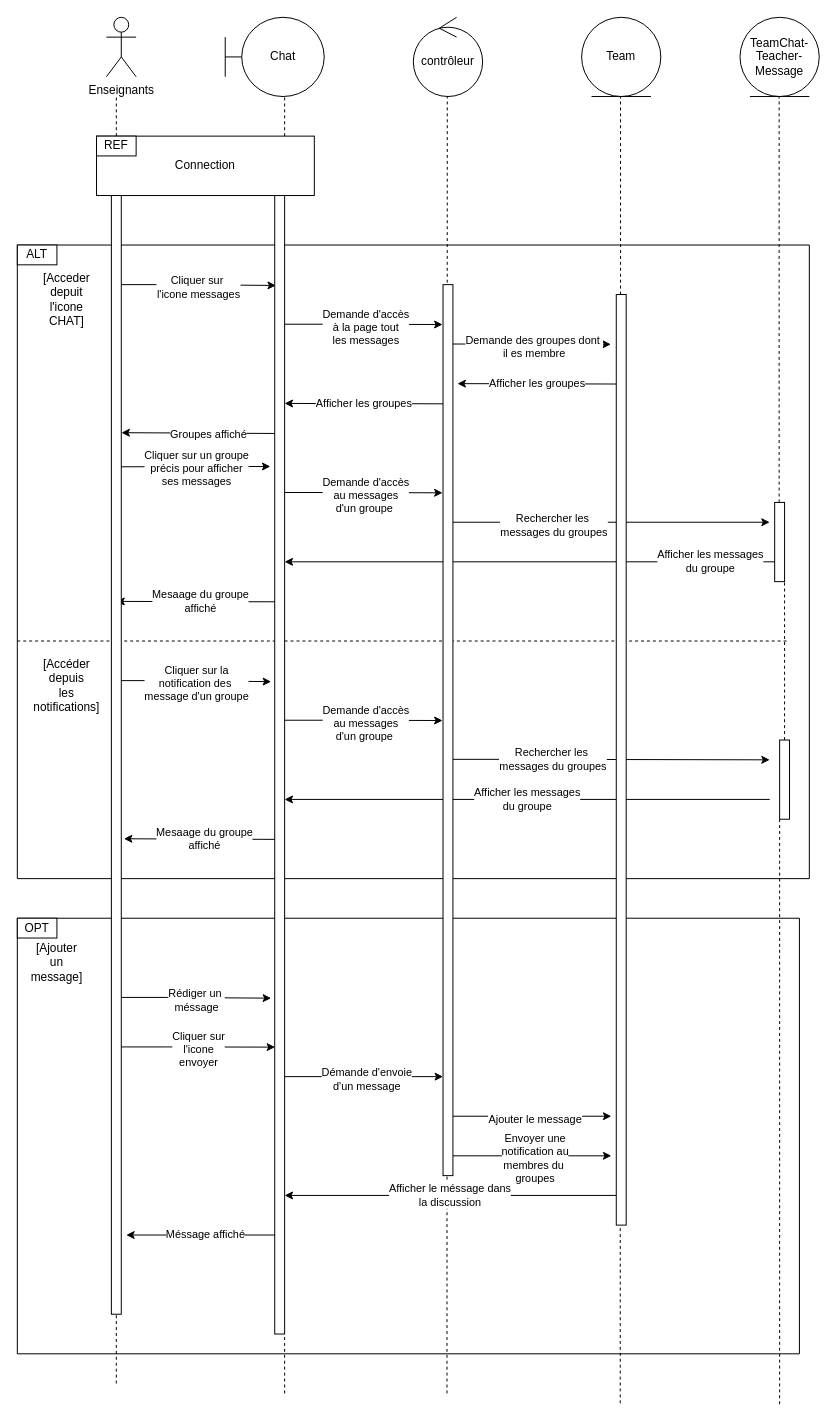
The draw.io diagram diagrams/EchangerAvecSesEquipes.drawio in stormsidali2001/PFE_third_year_school_project_front, before the edit. Source tidied: cells renumbered, new cells numbered last; positions are measured from the earlier drawing's top-left corner, leaving out a move shared by most shapes. Both pictures are drawn from the tidied source at 99%, with x=0, y=0 at pixel (17, 17).
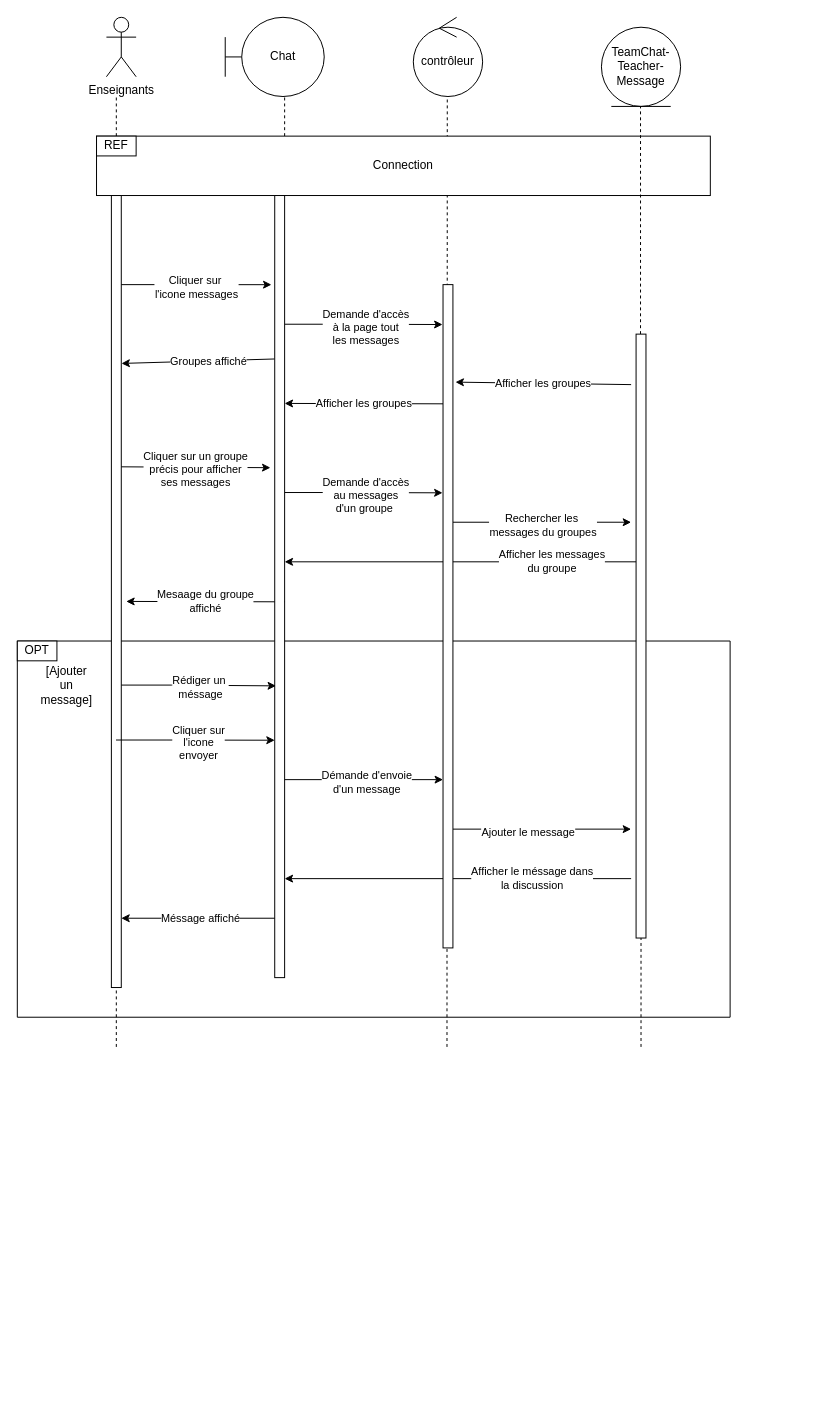
After the change.

Change to the diagram source:
```diff
@@
     <mxCell id="4" value="TeamChat-&lt;br&gt;Teacher-&lt;br&gt;Message" style="ellipse;shape=umlEntity;whiteSpace=wrap;html=1;" parent="1" vertex="1">
-      <mxGeometry x="730" width="80" height="80" as="geometry" />
+      <mxGeometry x="590" y="10" width="80" height="80" as="geometry" />
     </mxCell>
@@
     <mxCell id="8" style="endArrow=none;dashed=1;html=1;rounded=0;" parent="1" edge="1">
       <mxGeometry relative="1" as="geometry">
-        <mxPoint x="434" y="1390" as="sourcePoint" />
+        <mxPoint x="434" y="1040" as="sourcePoint" />
         <mxPoint x="434.3" y="80" as="targetPoint" />
       </mxGeometry>
     </mxCell>
-    <mxCell id="9" style="endArrow=none;dashed=1;html=1;rounded=0;startArrow=none;" parent="1" edge="1" source="65">
-      <mxGeometry relative="1" as="geometry">
-        <mxPoint x="609.3" y="80" as="targetPoint" />
-      </mxGeometry>
-    </mxCell>
     <mxCell id="10" value="Connection" style="rounded=0;whiteSpace=wrap;html=1;" parent="1" vertex="1">
-      <mxGeometry x="80" y="120" width="220" height="60" as="geometry" />
+      <mxGeometry x="80" y="120" width="620" height="60" as="geometry" />
     </mxCell>
@@
-    <mxCell id="12" style="endArrow=none;html=1;rounded=0;" parent="1" edge="1">
-      <mxGeometry relative="1" as="geometry">
-        <mxPoint y="230" as="sourcePoint" />
-        <mxPoint x="800" y="230" as="targetPoint" />
-      </mxGeometry>
-    </mxCell>
-    <mxCell id="13" style="endArrow=none;html=1;rounded=0;" parent="1" edge="1">
-      <mxGeometry relative="1" as="geometry">
-        <mxPoint y="870" as="sourcePoint" />
-        <mxPoint y="230" as="targetPoint" />
-      </mxGeometry>
-    </mxCell>
-    <mxCell id="14" style="endArrow=none;html=1;rounded=0;" parent="1" edge="1">
-      <mxGeometry relative="1" as="geometry">
-        <mxPoint x="800" y="870" as="sourcePoint" />
-        <mxPoint x="800" y="230" as="targetPoint" />
-      </mxGeometry>
-    </mxCell>
-    <mxCell id="15" value="ALT" style="rounded=0;whiteSpace=wrap;html=1;" parent="1" vertex="1">
-      <mxGeometry y="230" width="40" height="20" as="geometry" />
-    </mxCell>
-    <mxCell id="16" value="[Acceder&lt;br&gt;depuit &lt;br&gt;l'icone&lt;br&gt;CHAT]" style="text;html=1;strokeColor=none;fillColor=none;align=center;verticalAlign=middle;whiteSpace=wrap;rounded=0;" parent="1" vertex="1">
-      <mxGeometry x="20" y="270" width="60" height="30" as="geometry" />
-    </mxCell>
-    <mxCell id="17" style="endArrow=classic;html=1;rounded=0;entryX=0.12;entryY=0.079;entryDx=0;entryDy=0;entryPerimeter=0;" parent="1" edge="1" target="60">
+    <mxCell id="17" style="endArrow=classic;html=1;rounded=0;entryX=-0.33;entryY=0.114;entryDx=0;entryDy=0;entryPerimeter=0;" parent="1" edge="1" target="60">
       <mxGeometry relative="1" as="geometry">
         <mxPoint x="100" y="270" as="sourcePoint" />
         <Array as="points">
           <mxPoint x="160.5" y="270" />
         </Array>
       </mxGeometry>
     </mxCell>
@@
-    <mxCell id="23" style="endArrow=classic;html=1;rounded=0;entryX=-0.44;entryY=0.238;entryDx=0;entryDy=0;entryPerimeter=0;" parent="1" edge="1" target="60">
+    <mxCell id="23" style="endArrow=classic;html=1;rounded=0;entryX=-0.432;entryY=0.348;entryDx=0;entryDy=0;entryPerimeter=0;" parent="1" edge="1" target="60">
       <mxGeometry relative="1" as="geometry">
         <mxPoint x="100" y="454" as="sourcePoint" />
       </mxGeometry>
     </mxCell>
@@
     <mxCell id="27" style="endArrow=classic;html=1;rounded=0;" parent="1" edge="1">
       <mxGeometry relative="1" as="geometry">
         <mxPoint x="440" y="510" as="sourcePoint" />
-        <mxPoint x="760" y="510" as="targetPoint" />
+        <mxPoint x="620" y="510" as="targetPoint" />
         <Array as="points">
           <mxPoint x="510.5" y="510" />
         </Array>
       </mxGeometry>
     </mxCell>
     <mxCell id="28" value="Rechercher les&amp;nbsp;&lt;br&gt;messages du groupes" style="edgeLabel;html=1;align=center;verticalAlign=middle;" parent="27" vertex="1">
       <mxGeometry x="0.03" y="-2" relative="1" as="geometry">
-        <mxPoint x="-64" as="offset" />
+        <mxPoint x="-3" as="offset" />
       </mxGeometry>
     </mxCell>
     <mxCell id="29" value="Afficher les messages&lt;br&gt;du groupe" style="endArrow=classic;html=1;rounded=0;" parent="1" edge="1">
-      <mxGeometry x="-0.72" relative="1" as="geometry">
-        <mxPoint x="770" y="550" as="sourcePoint" />
+      <mxGeometry x="-0.5" relative="1" as="geometry">
+        <mxPoint x="630" y="550" as="sourcePoint" />
         <mxPoint x="270" y="550" as="targetPoint" />
       </mxGeometry>
     </mxCell>
     <mxCell id="30" value="Mesaage du groupe&lt;br&gt;affiché" style="endArrow=classic;html=1;rounded=0;" parent="1" edge="1">
       <mxGeometry relative="1" as="geometry">
         <mxPoint x="270.2" y="590.4" as="sourcePoint" />
-        <mxPoint x="100" y="590" as="targetPoint" />
+        <mxPoint x="110" y="590" as="targetPoint" />
       </mxGeometry>
     </mxCell>
-    <mxCell id="31" style="endArrow=none;dashed=1;html=1;rounded=0;" parent="1" edge="1">
-      <mxGeometry relative="1" as="geometry">
-        <mxPoint y="630" as="sourcePoint" />
-        <mxPoint x="780" y="630" as="targetPoint" />
-      </mxGeometry>
-    </mxCell>
-    <mxCell id="32" value="[Accéder &lt;br&gt;depuis &lt;br&gt;les&lt;br&gt;notifications]" style="text;html=1;strokeColor=none;fillColor=none;align=center;verticalAlign=middle;whiteSpace=wrap;rounded=0;" parent="1" vertex="1">
-      <mxGeometry x="20" y="660" width="60" height="30" as="geometry" />
-    </mxCell>
-    <mxCell id="33" style="endArrow=classic;html=1;rounded=0;entryX=-0.367;entryY=0.427;entryDx=0;entryDy=0;entryPerimeter=0;" parent="1" edge="1" target="60">
-      <mxGeometry relative="1" as="geometry">
-        <mxPoint x="100" y="670" as="sourcePoint" />
-        <Array as="points">
-          <mxPoint x="160.5" y="670" />
-        </Array>
-      </mxGeometry>
-    </mxCell>
-    <mxCell id="34" value="Cliquer sur la&lt;br&gt;notification des&amp;nbsp;&lt;br&gt;message d'un groupe" style="edgeLabel;html=1;align=center;verticalAlign=middle;" parent="33" vertex="1">
-      <mxGeometry x="0.03" y="-2" relative="1" as="geometry" />
-    </mxCell>
-    <mxCell id="35" style="endArrow=classic;html=1;rounded=0;entryX=-0.05;entryY=0.571;entryDx=0;entryDy=0;entryPerimeter=0;" parent="1" edge="1">
-      <mxGeometry relative="1" as="geometry">
-        <mxPoint x="270" y="710" as="sourcePoint" />
-        <mxPoint x="429.5" y="710.3" as="targetPoint" />
-        <Array as="points">
-          <mxPoint x="330.5" y="710" />
-        </Array>
-      </mxGeometry>
-    </mxCell>
-    <mxCell id="36" value="Demande d'accès&lt;br&gt;au messages&lt;br&gt;d'un groupe&amp;nbsp;" style="edgeLabel;html=1;align=center;verticalAlign=middle;" parent="35" vertex="1">
-      <mxGeometry x="0.03" y="-2" relative="1" as="geometry" />
-    </mxCell>
-    <mxCell id="37" style="endArrow=classic;html=1;rounded=0;" parent="1" edge="1">
-      <mxGeometry relative="1" as="geometry">
-        <mxPoint x="440" y="749.5" as="sourcePoint" />
-        <mxPoint x="760" y="750" as="targetPoint" />
-        <Array as="points">
-          <mxPoint x="510.5" y="749.5" />
-        </Array>
-      </mxGeometry>
-    </mxCell>
-    <mxCell id="38" value="Rechercher les&amp;nbsp;&lt;br&gt;messages du groupes" style="edgeLabel;html=1;align=center;verticalAlign=middle;" parent="37" vertex="1">
-      <mxGeometry x="0.03" y="-2" relative="1" as="geometry">
-        <mxPoint x="-64" y="-2" as="offset" />
-      </mxGeometry>
-    </mxCell>
-    <mxCell id="39" value="Afficher les messages&lt;br&gt;du groupe" style="endArrow=classic;html=1;rounded=0;" parent="1" edge="1">
-      <mxGeometry relative="1" as="geometry">
-        <mxPoint x="760" y="790" as="sourcePoint" />
-        <mxPoint x="270" y="790" as="targetPoint" />
-      </mxGeometry>
-    </mxCell>
-    <mxCell id="40" value="Mesaage du groupe&lt;br&gt;affiché" style="endArrow=classic;html=1;rounded=0;entryX=1.267;entryY=0.575;entryDx=0;entryDy=0;entryPerimeter=0;" parent="1" edge="1" target="62">
-      <mxGeometry relative="1" as="geometry">
-        <mxPoint x="270.2" y="830.4" as="sourcePoint" />
-      </mxGeometry>
-    </mxCell>
-    <mxCell id="41" style="endArrow=none;html=1;rounded=0;" parent="1" edge="1">
-      <mxGeometry relative="1" as="geometry">
-        <mxPoint y="870" as="sourcePoint" />
-        <mxPoint x="800" y="870" as="targetPoint" />
-      </mxGeometry>
-    </mxCell>
     <mxCell id="42" style="endArrow=none;html=1;rounded=0;" parent="1" edge="1">
       <mxGeometry relative="1" as="geometry">
-        <mxPoint y="910" as="sourcePoint" />
-        <mxPoint x="790" y="910" as="targetPoint" />
+        <mxPoint y="630" as="sourcePoint" />
+        <mxPoint x="720" y="630" as="targetPoint" />
       </mxGeometry>
     </mxCell>
     <mxCell id="43" style="endArrow=none;html=1;rounded=0;" parent="1" edge="1">
       <mxGeometry relative="1" as="geometry">
-        <mxPoint y="1350" as="sourcePoint" />
-        <mxPoint y="910" as="targetPoint" />
+        <mxPoint y="1010" as="sourcePoint" />
+        <mxPoint y="630" as="targetPoint" />
       </mxGeometry>
     </mxCell>
     <mxCell id="44" style="endArrow=none;html=1;rounded=0;" parent="1" edge="1">
       <mxGeometry relative="1" as="geometry">
-        <mxPoint x="790" y="1350" as="sourcePoint" />
-        <mxPoint x="790" y="910" as="targetPoint" />
+        <mxPoint x="720" y="1010" as="sourcePoint" />
+        <mxPoint x="720" y="630" as="targetPoint" />
       </mxGeometry>
     </mxCell>
     <mxCell id="45" value="OPT" style="rounded=0;whiteSpace=wrap;html=1;" parent="1" vertex="1">
-      <mxGeometry y="910" width="40" height="20" as="geometry" />
+      <mxGeometry y="630" width="40" height="20" as="geometry" />
     </mxCell>
     <mxCell id="46" value="[Ajouter &lt;br&gt;un&lt;br&gt;message]" style="text;html=1;strokeColor=none;fillColor=none;align=center;verticalAlign=middle;whiteSpace=wrap;rounded=0;" parent="1" vertex="1">
-      <mxGeometry x="10" y="940" width="60" height="30" as="geometry" />
+      <mxGeometry x="20" y="660" width="60" height="30" as="geometry" />
     </mxCell>
-    <mxCell id="47" style="endArrow=classic;html=1;rounded=0;entryX=-0.367;entryY=0.705;entryDx=0;entryDy=0;entryPerimeter=0;" parent="1" edge="1" target="60">
-      <mxGeometry relative="1" as="geometry">
-        <mxPoint x="100" y="990" as="sourcePoint" />
-        <Array as="points">
-          <mxPoint x="150.5" y="990" />
-        </Array>
-      </mxGeometry>
-    </mxCell>
-    <mxCell id="48" value="Rédiger un&amp;nbsp;&lt;br&gt;méssage" style="edgeLabel;html=1;align=center;verticalAlign=middle;" parent="47" vertex="1">
-      <mxGeometry x="0.03" y="-2" relative="1" as="geometry" />
-    </mxCell>
-    <mxCell id="49" style="endArrow=classic;html=1;rounded=0;entryX=0.033;entryY=0.748;entryDx=0;entryDy=0;entryPerimeter=0;" parent="1" edge="1" target="60">
-      <mxGeometry relative="1" as="geometry">
-        <mxPoint x="100" y="1040" as="sourcePoint" />
-        <Array as="points">
-          <mxPoint x="150.5" y="1040" />
-        </Array>
-      </mxGeometry>
-    </mxCell>
-    <mxCell id="50" value="Cliquer sur&lt;br&gt;l'icone&lt;br&gt;envoyer" style="edgeLabel;html=1;align=center;verticalAlign=middle;" parent="49" vertex="1">
-      <mxGeometry x="0.03" y="-2" relative="1" as="geometry" />
-    </mxCell>
-    <mxCell id="51" style="endArrow=classic;html=1;rounded=0;" parent="1" edge="1">
-      <mxGeometry relative="1" as="geometry">
-        <mxPoint x="270" y="1070" as="sourcePoint" />
-        <mxPoint x="430" y="1070" as="targetPoint" />
-        <Array as="points">
-          <mxPoint x="320.5" y="1070" />
-        </Array>
-      </mxGeometry>
-    </mxCell>
-    <mxCell id="52" value="Démande d'envoie&lt;br&gt;d'un message" style="edgeLabel;html=1;align=center;verticalAlign=middle;" parent="51" vertex="1">
-      <mxGeometry x="0.03" y="-2" relative="1" as="geometry" />
-    </mxCell>
     <mxCell id="53" style="endArrow=classic;html=1;rounded=0;" parent="1" edge="1">
       <mxGeometry relative="1" as="geometry">
-        <mxPoint x="440" y="1110" as="sourcePoint" />
-        <mxPoint x="600" y="1110" as="targetPoint" />
+        <mxPoint x="440" y="820" as="sourcePoint" />
+        <mxPoint x="620" y="820" as="targetPoint" />
         <Array as="points">
-          <mxPoint x="490.5" y="1110" />
+          <mxPoint x="490.5" y="820" />
         </Array>
       </mxGeometry>
     </mxCell>
     <mxCell id="54" value="Ajouter le message" style="edgeLabel;html=1;align=center;verticalAlign=middle;" parent="53" vertex="1">
-      <mxGeometry x="0.03" y="-2" relative="1" as="geometry" />
+      <mxGeometry x="0.03" y="-2" relative="1" as="geometry">
+        <mxPoint x="-18" as="offset" />
+      </mxGeometry>
     </mxCell>
-    <mxCell id="55" style="endArrow=classic;html=1;rounded=0;" parent="1" edge="1">
-      <mxGeometry relative="1" as="geometry">
-        <mxPoint x="440" y="1150" as="sourcePoint" />
-        <mxPoint x="600" y="1150" as="targetPoint" />
-        <Array as="points">
-          <mxPoint x="490.5" y="1150" />
-        </Array>
-      </mxGeometry>
-    </mxCell>
-    <mxCell id="56" value="Envoyer une&lt;br&gt;notification au&lt;br&gt;membres du&amp;nbsp;&lt;br&gt;groupes" style="edgeLabel;html=1;align=center;verticalAlign=middle;" parent="55" vertex="1">
-      <mxGeometry x="0.03" y="-2" relative="1" as="geometry" />
-    </mxCell>
-    <mxCell id="57" value="Afficher le méssage dans&lt;br&gt;la discussion" style="endArrow=classic;html=1;rounded=0;" parent="1" edge="1" source="65">
-      <mxGeometry relative="1" as="geometry">
-        <mxPoint x="270" y="1190" as="targetPoint" />
+    <mxCell id="57" value="Afficher le méssage dans&lt;br&gt;la discussion" style="endArrow=classic;html=1;rounded=0;" parent="1" edge="1">
+      <mxGeometry x="-0.43" relative="1" as="geometry">
+        <mxPoint x="620" y="870" as="sourcePoint" />
+        <mxPoint x="270" y="870" as="targetPoint" />
       </mxGeometry>
     </mxCell>
     <mxCell id="58" value="Méssage affiché" style="endArrow=classic;html=1;rounded=0;" parent="1" edge="1">
       <mxGeometry relative="1" as="geometry">
-        <mxPoint x="270" y="1230" as="sourcePoint" />
-        <mxPoint x="110" y="1230" as="targetPoint" />
+        <mxPoint x="265" y="910" as="sourcePoint" />
+        <mxPoint x="105" y="910" as="targetPoint" />
       </mxGeometry>
     </mxCell>
     <mxCell id="59" style="endArrow=none;html=1;rounded=0;" parent="1" edge="1">
       <mxGeometry relative="1" as="geometry">
-        <mxPoint y="1350" as="sourcePoint" />
-        <mxPoint x="790" y="1350" as="targetPoint" />
+        <mxPoint y="1010" as="sourcePoint" />
+        <mxPoint x="720" y="1010" as="targetPoint" />
       </mxGeometry>
     </mxCell>
     <mxCell id="60" style="html=1;points=[];perimeter=orthogonalPerimeter;" parent="1" vertex="1">
-      <mxGeometry x="260" y="180" width="10" height="1150" as="geometry" />
+      <mxGeometry x="260" y="180" width="10" height="790" as="geometry" />
     </mxCell>
-    <mxCell id="61" style="endArrow=none;dashed=1;html=1;rounded=0;" parent="1" edge="1" target="60">
-      <mxGeometry relative="1" as="geometry">
-        <mxPoint x="270" y="1390" as="sourcePoint" />
-      </mxGeometry>
-    </mxCell>
     <mxCell id="62" style="html=1;points=[];perimeter=orthogonalPerimeter;" parent="1" vertex="1">
-      <mxGeometry x="95" y="180" width="10" height="1130" as="geometry" />
+      <mxGeometry x="95" y="180" width="10" height="800" as="geometry" />
     </mxCell>
     <mxCell id="63" style="endArrow=none;dashed=1;html=1;rounded=0;" parent="1" edge="1" target="62">
       <mxGeometry relative="1" as="geometry">
-        <mxPoint x="100" y="1380" as="sourcePoint" />
+        <mxPoint x="100" y="1040" as="sourcePoint" />
       </mxGeometry>
     </mxCell>
     <mxCell id="64" style="html=1;points=[];perimeter=orthogonalPerimeter;" parent="1" vertex="1">
-      <mxGeometry x="430" y="270" width="10" height="900" as="geometry" />
+      <mxGeometry x="430" y="270" width="10" height="670" as="geometry" />
     </mxCell>
-    <mxCell id="65" style="html=1;points=[];perimeter=orthogonalPerimeter;" parent="1" vertex="1">
-      <mxGeometry x="605" y="280" width="10" height="940" as="geometry" />
-    </mxCell>
-    <mxCell id="66" style="endArrow=none;dashed=1;html=1;rounded=0;" parent="1" edge="1" target="65">
-      <mxGeometry relative="1" as="geometry">
-        <mxPoint x="609" y="1400" as="sourcePoint" />
-      </mxGeometry>
-    </mxCell>
-    <mxCell id="67" style="endArrow=classic;html=1;rounded=0;entryX=-0.05;entryY=0.571;entryDx=0;entryDy=0;entryPerimeter=0;" parent="1" edge="1">
-      <mxGeometry relative="1" as="geometry">
-        <mxPoint x="440" y="330" as="sourcePoint" />
-        <mxPoint x="599.5" y="330.3" as="targetPoint" />
-        <Array as="points">
-          <mxPoint x="500.5" y="330" />
-        </Array>
-      </mxGeometry>
-    </mxCell>
-    <mxCell id="68" value="Demande des groupes dont&amp;nbsp;&lt;br&gt;il es membre" style="edgeLabel;html=1;align=center;verticalAlign=middle;" parent="67" vertex="1">
-      <mxGeometry x="0.03" y="-2" relative="1" as="geometry" />
-    </mxCell>
-    <mxCell id="69" value="Afficher les groupes" style="endArrow=classic;html=1;rounded=0;entryX=1.312;entryY=0.742;entryDx=0;entryDy=0;entryPerimeter=0;" parent="1" edge="1">
+    <mxCell id="69" value="Afficher les groupes" style="endArrow=classic;html=1;rounded=0;entryX=1.26;entryY=0.147;entryDx=0;entryDy=0;entryPerimeter=0;" parent="1" edge="1" target="64">
       <mxGeometry relative="1" as="geometry">
-        <mxPoint x="605" y="370.4" as="sourcePoint" />
-        <mxPoint x="444.6" y="370" as="targetPoint" />
+        <mxPoint x="620" y="371" as="sourcePoint" />
       </mxGeometry>
     </mxCell>
-    <mxCell id="70" value="Team" style="ellipse;shape=umlEntity;whiteSpace=wrap;html=1;" parent="1" vertex="1">
-      <mxGeometry x="570" width="80" height="80" as="geometry" />
-    </mxCell>
-    <mxCell id="71" style="endArrow=none;dashed=1;html=1;rounded=0;startArrow=none;" parent="1" edge="1" source="72">
-      <mxGeometry relative="1" as="geometry">
-        <mxPoint x="769.5" y="80" as="targetPoint" />
-      </mxGeometry>
-    </mxCell>
-    <mxCell id="72" style="html=1;points=[];perimeter=orthogonalPerimeter;" parent="1" vertex="1">
-      <mxGeometry x="765" y="490" width="10" height="80" as="geometry" />
-    </mxCell>
-    <mxCell id="73" style="endArrow=none;dashed=1;html=1;rounded=0;startArrow=none;" parent="1" edge="1" source="74" target="72">
-      <mxGeometry relative="1" as="geometry" />
-    </mxCell>
-    <mxCell id="74" style="html=1;points=[];perimeter=orthogonalPerimeter;" parent="1" vertex="1">
-      <mxGeometry x="770" y="730" width="10" height="80" as="geometry" />
-    </mxCell>
-    <mxCell id="75" style="endArrow=none;dashed=1;html=1;rounded=0;startArrow=none;" parent="1" edge="1" target="74">
-      <mxGeometry relative="1" as="geometry">
-        <mxPoint x="770" y="1400.9" as="sourcePoint" />
-      </mxGeometry>
-    </mxCell>
+    <mxCell id="76" style="endArrow=none;dashed=1;html=1;rounded=0;startArrow=none;" parent="1" edge="1" source="77">
+      <mxGeometry relative="1" as="geometry">
+        <mxPoint x="629.5" y="90" as="targetPoint" />
+      </mxGeometry>
+    </mxCell>
+    <mxCell id="77" style="html=1;points=[];perimeter=orthogonalPerimeter;" parent="1" vertex="1">
+      <mxGeometry x="625" y="320" width="10" height="610" as="geometry" />
+    </mxCell>
+    <mxCell id="78" style="endArrow=none;dashed=1;html=1;rounded=0;startArrow=none;" parent="1" edge="1" target="77">
+      <mxGeometry relative="1" as="geometry">
+        <mxPoint x="630" y="1040" as="sourcePoint" />
+      </mxGeometry>
+    </mxCell>
+    <mxCell id="79" style="endArrow=classic;html=1;rounded=0;entryX=-0.367;entryY=0.705;entryDx=0;entryDy=0;entryPerimeter=0;" parent="1" edge="1">
+      <mxGeometry relative="1" as="geometry">
+        <mxPoint x="105" y="674.5" as="sourcePoint" />
+        <mxPoint x="261.3" y="675.3" as="targetPoint" />
+        <Array as="points">
+          <mxPoint x="155.5" y="674.5" />
+        </Array>
+      </mxGeometry>
+    </mxCell>
+    <mxCell id="48" value="Rédiger un&amp;nbsp;&lt;br&gt;méssage" style="edgeLabel;html=1;align=center;verticalAlign=middle;" parent="79" vertex="1">
+      <mxGeometry x="0.03" y="-2" relative="1" as="geometry" />
+    </mxCell>
+    <mxCell id="80" style="endArrow=classic;html=1;rounded=0;entryX=0.033;entryY=0.748;entryDx=0;entryDy=0;entryPerimeter=0;" parent="1" edge="1">
+      <mxGeometry relative="1" as="geometry">
+        <mxPoint x="99.7" y="730" as="sourcePoint" />
+        <mxPoint x="260" y="730.2" as="targetPoint" />
+        <Array as="points">
+          <mxPoint x="150.2" y="730" />
+        </Array>
+      </mxGeometry>
+    </mxCell>
+    <mxCell id="50" value="Cliquer sur&lt;br&gt;l'icone&lt;br&gt;envoyer" style="edgeLabel;html=1;align=center;verticalAlign=middle;" parent="80" vertex="1">
+      <mxGeometry x="0.03" y="-2" relative="1" as="geometry" />
+    </mxCell>
+    <mxCell id="81" style="endArrow=classic;html=1;rounded=0;" parent="1" edge="1">
+      <mxGeometry relative="1" as="geometry">
+        <mxPoint x="270" y="770" as="sourcePoint" />
+        <mxPoint x="430" y="770" as="targetPoint" />
+        <Array as="points">
+          <mxPoint x="320.5" y="770" />
+        </Array>
+      </mxGeometry>
+    </mxCell>
+    <mxCell id="52" value="Démande d'envoie&lt;br&gt;d'un message" style="edgeLabel;html=1;align=center;verticalAlign=middle;" parent="81" vertex="1">
+      <mxGeometry x="0.03" y="-2" relative="1" as="geometry" />
+    </mxCell>
```
